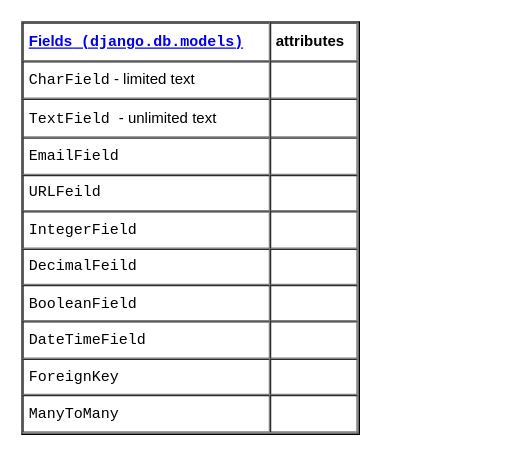
yangdj/tf_docs keeps this draw.io diagram as page "models" (4 of 4) of languages/python/django.drawio. Above is the earlier version. Source tidied: cells renumbered, new cells numbered last; positions are measured from the earlier drawing's top-left corner, leaving out a move shared by most shapes. Both pictures are drawn from the tidied source at 125%, with x=0, y=0 at pixel (21, 21).
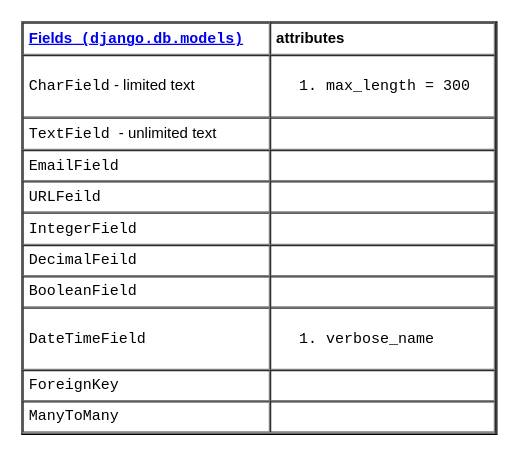
After the change.

Diff of the diagram source:
```diff
@@
 <mxGraphModel>
   <root>
     <mxCell id="0" />
     <mxCell id="1" parent="0" />
-    <mxCell id="2" value="&lt;table cellpadding=&quot;4&quot; cellspacing=&quot;0&quot; border=&quot;1&quot; style=&quot;font-size: 1em ; width: 100% ; height: 100%&quot;&gt;&lt;tbody&gt;&lt;tr&gt;&lt;th&gt;&lt;a href=&quot;https://docs.djangoproject.com/en/3.0/ref/models/fields/&quot;&gt;&lt;font face=&quot;Helvetica&quot;&gt;Fields&lt;/font&gt; (&lt;font&gt;django.db.models&lt;/font&gt;)&lt;/a&gt;&lt;/th&gt;&lt;th&gt;&lt;font face=&quot;Helvetica&quot;&gt;attributes&lt;/font&gt;&lt;/th&gt;&lt;/tr&gt;&lt;tr&gt;&lt;td&gt;CharField&lt;font face=&quot;Helvetica&quot;&gt;&amp;nbsp;- limited text&lt;/font&gt;&lt;/td&gt;&lt;td&gt;&lt;div&gt;&lt;font&gt;&lt;br&gt;&lt;/font&gt;&lt;/div&gt;&lt;/td&gt;&lt;/tr&gt;&lt;tr&gt;&lt;td&gt;TextField &lt;font face=&quot;Helvetica&quot;&gt;- unlimited text&lt;/font&gt;&lt;/td&gt;&lt;td&gt;&lt;/td&gt;&lt;/tr&gt;&lt;tr&gt;&lt;td&gt;EmailField&lt;/td&gt;&lt;td&gt;&lt;br&gt;&lt;/td&gt;&lt;/tr&gt;&lt;tr&gt;&lt;td&gt;URLFeild&lt;/td&gt;&lt;td&gt;&lt;br&gt;&lt;/td&gt;&lt;/tr&gt;&lt;tr&gt;&lt;td&gt;IntegerField&lt;/td&gt;&lt;td&gt;&lt;br&gt;&lt;/td&gt;&lt;/tr&gt;&lt;tr&gt;&lt;td&gt;DecimalFeild&lt;/td&gt;&lt;td&gt;&lt;br&gt;&lt;/td&gt;&lt;/tr&gt;&lt;tr&gt;&lt;td&gt;BooleanField&lt;/td&gt;&lt;td&gt;&lt;br&gt;&lt;/td&gt;&lt;/tr&gt;&lt;tr&gt;&lt;td&gt;DateTimeField&lt;/td&gt;&lt;td&gt;&lt;br&gt;&lt;/td&gt;&lt;/tr&gt;&lt;tr&gt;&lt;td&gt;ForeignKey&lt;/td&gt;&lt;td&gt;&lt;br&gt;&lt;/td&gt;&lt;/tr&gt;&lt;tr&gt;&lt;td&gt;ManyToMany&lt;/td&gt;&lt;td&gt;&lt;br&gt;&lt;/td&gt;&lt;/tr&gt;&lt;/tbody&gt;&lt;/table&gt; " style="verticalAlign=top;align=left;overflow=fill;fontSize=12;fontFamily=Courier New;html=1;fillColor=none;" parent="1" vertex="1">
-      <mxGeometry width="270" height="330" as="geometry" />
+    <mxCell id="2" value="&lt;table cellpadding=&quot;4&quot; cellspacing=&quot;0&quot; border=&quot;1&quot; style=&quot;font-size: 1em ; width: 100% ; height: 100%&quot;&gt;&lt;tbody&gt;&lt;tr&gt;&lt;th&gt;&lt;a href=&quot;https://docs.djangoproject.com/en/3.0/ref/models/fields/&quot;&gt;&lt;font face=&quot;Helvetica&quot;&gt;Fields&lt;/font&gt; (&lt;font&gt;django.db.models&lt;/font&gt;)&lt;/a&gt;&lt;/th&gt;&lt;th&gt;&lt;font face=&quot;Helvetica&quot;&gt;attributes&lt;/font&gt;&lt;/th&gt;&lt;/tr&gt;&lt;tr&gt;&lt;td&gt;CharField&lt;font face=&quot;Helvetica&quot;&gt;&amp;nbsp;- limited text&lt;/font&gt;&lt;/td&gt;&lt;td&gt;&lt;div&gt;&lt;ol&gt;&lt;li&gt;&lt;font&gt;max_length = 300&lt;/font&gt;&lt;/li&gt;&lt;/ol&gt;&lt;/div&gt;&lt;/td&gt;&lt;/tr&gt;&lt;tr&gt;&lt;td&gt;TextField &lt;font face=&quot;Helvetica&quot;&gt;- unlimited text&lt;/font&gt;&lt;/td&gt;&lt;td&gt;&lt;/td&gt;&lt;/tr&gt;&lt;tr&gt;&lt;td&gt;EmailField&lt;/td&gt;&lt;td&gt;&lt;br&gt;&lt;/td&gt;&lt;/tr&gt;&lt;tr&gt;&lt;td&gt;URLFeild&lt;/td&gt;&lt;td&gt;&lt;br&gt;&lt;/td&gt;&lt;/tr&gt;&lt;tr&gt;&lt;td&gt;IntegerField&lt;/td&gt;&lt;td&gt;&lt;br&gt;&lt;/td&gt;&lt;/tr&gt;&lt;tr&gt;&lt;td&gt;DecimalFeild&lt;/td&gt;&lt;td&gt;&lt;br&gt;&lt;/td&gt;&lt;/tr&gt;&lt;tr&gt;&lt;td&gt;BooleanField&lt;/td&gt;&lt;td&gt;&lt;br&gt;&lt;/td&gt;&lt;/tr&gt;&lt;tr&gt;&lt;td&gt;DateTimeField&lt;/td&gt;&lt;td&gt;&lt;ol&gt;&lt;li&gt;verbose_name&lt;/li&gt;&lt;/ol&gt;&lt;/td&gt;&lt;/tr&gt;&lt;tr&gt;&lt;td&gt;ForeignKey&lt;/td&gt;&lt;td&gt;&lt;br&gt;&lt;/td&gt;&lt;/tr&gt;&lt;tr&gt;&lt;td&gt;ManyToMany&lt;/td&gt;&lt;td&gt;&lt;br&gt;&lt;/td&gt;&lt;/tr&gt;&lt;/tbody&gt;&lt;/table&gt; " style="verticalAlign=top;align=left;overflow=fill;fontSize=12;fontFamily=Courier New;html=1;fillColor=none;" parent="1" vertex="1">
+      <mxGeometry width="380" height="330" as="geometry" />
     </mxCell>
   </root>
 </mxGraphModel>
```
